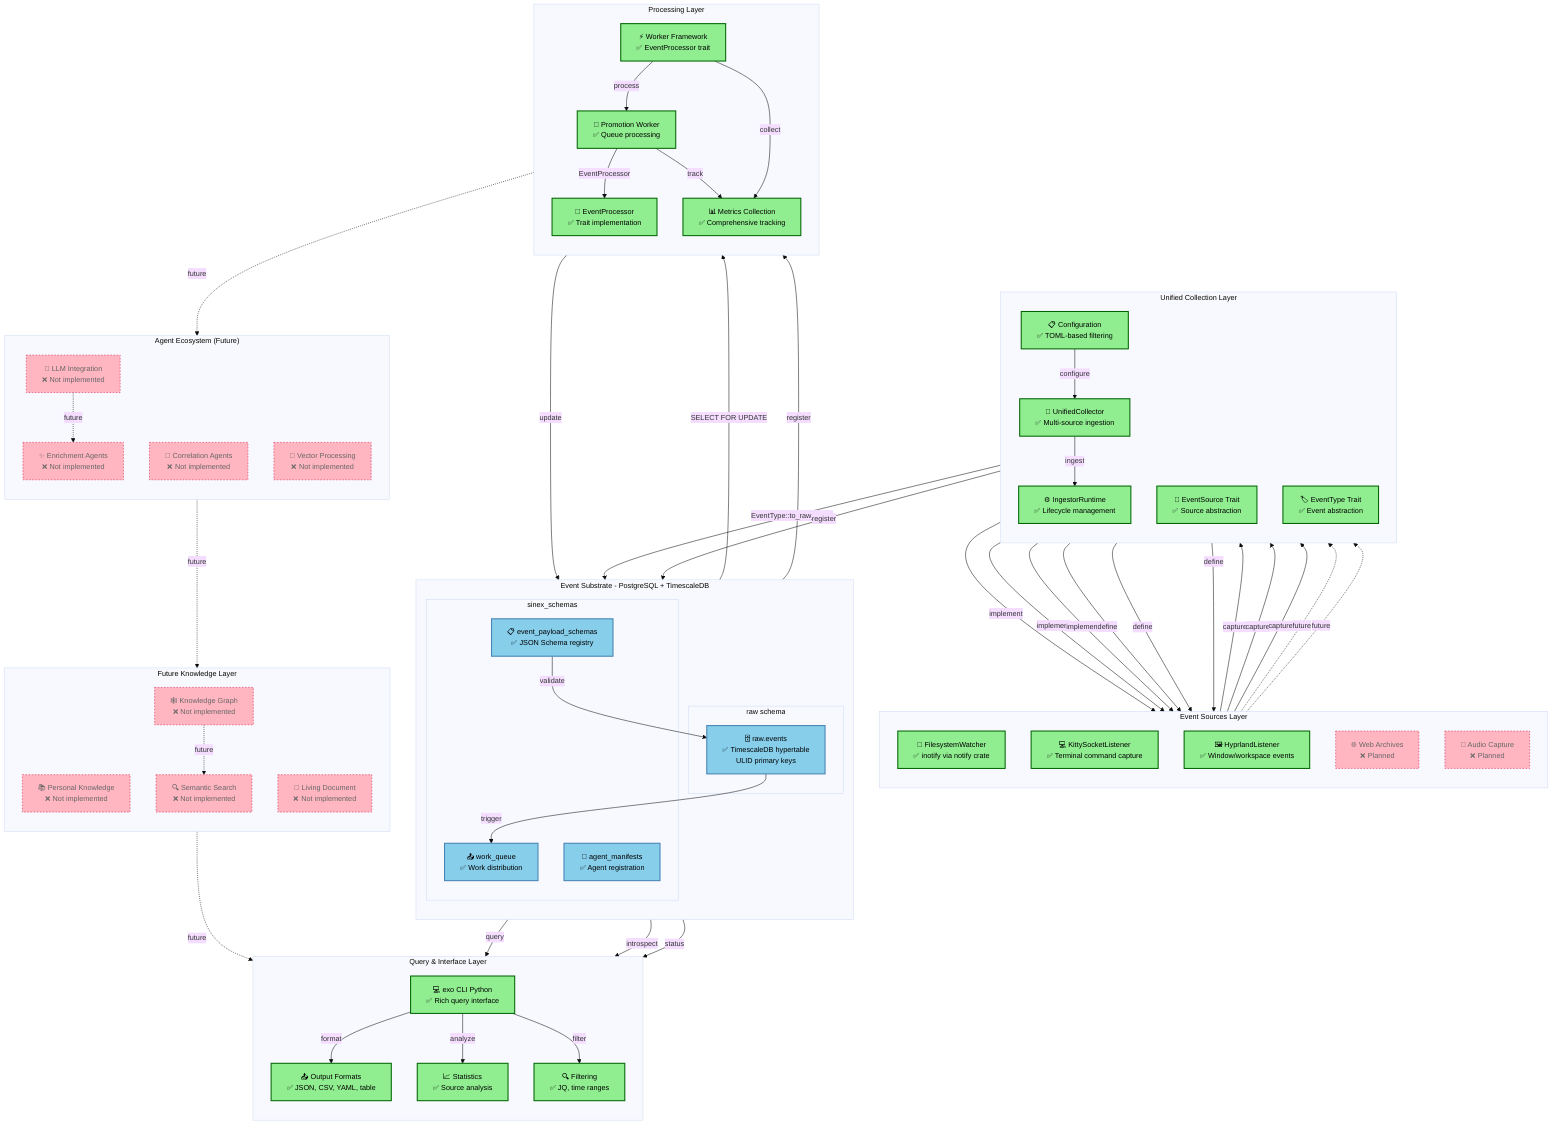
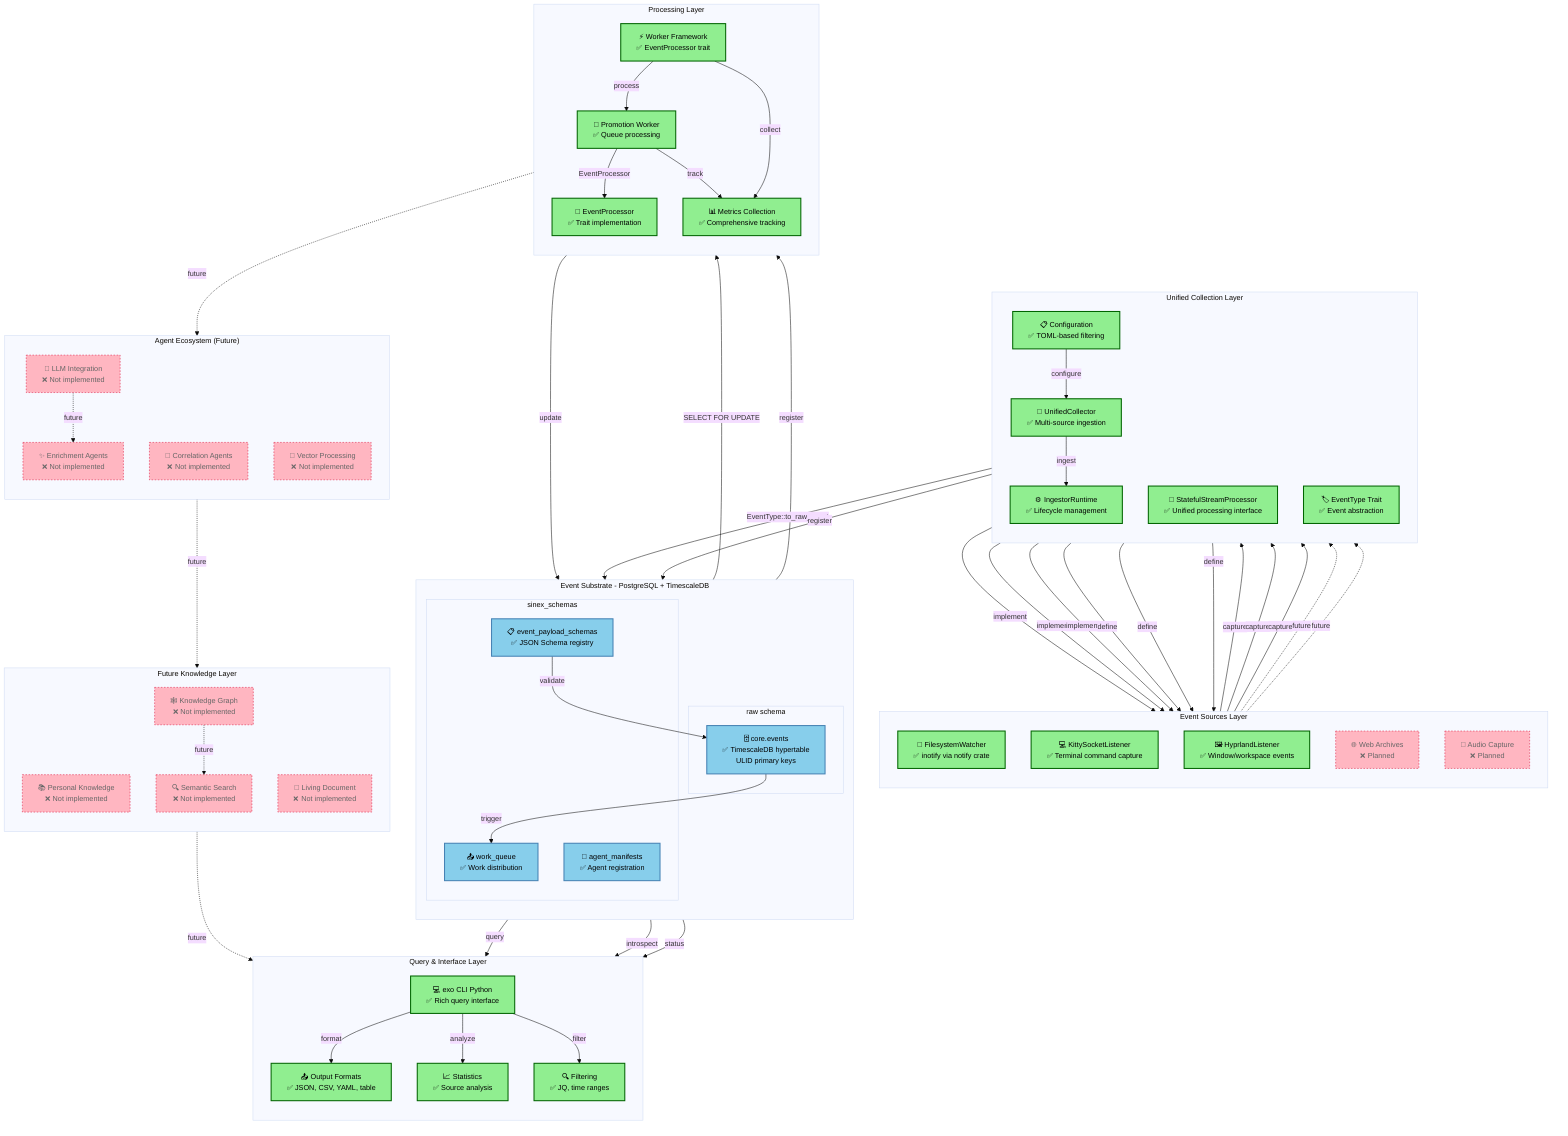
%%{init: {'theme':'base', 'themeVariables': { 'fontSize': '14px'}}}%%
graph TB
    subgraph "Event Sources Layer"
        direction TB
        FS[📁 FilesystemWatcher<br/>✅ inotify via notify crate]
        TERM[💻 KittySocketListener<br/>✅ Terminal command capture]
        WM[🖼️ HyprlandListener<br/>✅ Window/workspace events]
        WEB[🌐 Web Archives<br/>❌ Planned]
        AUDIO[🎵 Audio Capture<br/>❌ Planned]
    end

    subgraph "Unified Collection Layer"
        direction TB
        UC[🔄 UnifiedCollector<br/>✅ Multi-source ingestion]
        RT[⚙️ IngestorRuntime<br/>✅ Lifecycle management]
        CFG[📋 Configuration<br/>✅ TOML-based filtering]
-         ES[📡 EventSource Trait<br/>✅ Source abstraction]
+         ES[📡 StatefulStreamProcessor<br/>✅ Unified processing interface]
        ET[🏷️ EventType Trait<br/>✅ Event abstraction]
    end

    subgraph "Event Substrate - PostgreSQL + TimescaleDB"
        direction TB

        subgraph "raw schema"
-             RAW[🗄️ raw.events<br/>✅ TimescaleDB hypertable<br/>ULID primary keys]
+             RAW[🗄️ core.events<br/>✅ TimescaleDB hypertable<br/>ULID primary keys]
        end

        subgraph "sinex_schemas"
            SCHEMA[📋 event_payload_schemas<br/>✅ JSON Schema registry]
            MANIFEST[👥 agent_manifests<br/>✅ Agent registration]
            QUEUE[📤 work_queue<br/>✅ Work distribution]
        end
    end

    subgraph "Processing Layer"
        direction TB
        WORKER[⚡ Worker Framework<br/>✅ EventProcessor trait]
        PROMO[🔄 Promotion Worker<br/>✅ Queue processing]
        PROC[🎯 EventProcessor<br/>✅ Trait implementation]
        METRICS[📊 Metrics Collection<br/>✅ Comprehensive tracking]
    end

    subgraph "Agent Ecosystem (Future)"
        direction TB
        LLM[🤖 LLM Integration<br/>❌ Not implemented]
        ENRICH[✨ Enrichment Agents<br/>❌ Not implemented]
        CORR[🔗 Correlation Agents<br/>❌ Not implemented]
        VEC[🧠 Vector Processing<br/>❌ Not implemented]
    end

    subgraph "Query & Interface Layer"
        direction TB
        CLI[💻 exo CLI Python<br/>✅ Rich query interface]
        STATS[📈 Statistics<br/>✅ Source analysis]
        FILTER[🔍 Filtering<br/>✅ JQ, time ranges]
        OUTPUT[📤 Output Formats<br/>✅ JSON, CSV, YAML, table]
    end

    subgraph "Future Knowledge Layer"
        direction TB
        PKM[📚 Personal Knowledge<br/>❌ Not implemented]
        GRAPH[🕸️ Knowledge Graph<br/>❌ Not implemented]
        LIVING[📝 Living Document<br/>❌ Not implemented]
        SEARCH[🔍 Semantic Search<br/>❌ Not implemented]
    end

    %% Data Flow - Implemented (solid green)
    FS -->|capture| UC
    TERM -->|capture| UC
    WM -->|capture| UC
    UC -->|ingest| RT
    RT -->|EventType::to_raw_event| RAW
    RT -->|register| MANIFEST
    RAW -->|trigger| QUEUE
    QUEUE -->|SELECT FOR UPDATE| WORKER
    WORKER -->|process| PROMO
    PROMO -->|EventProcessor| PROC
    PROC -->|update| RAW

    %% Configuration flow
    CFG -->|configure| UC
    ES -->|implement| FS
    ES -->|implement| TERM
    ES -->|implement| WM
    ET -->|define| FS
    ET -->|define| TERM
    ET -->|define| WM

    %% Query flow
    RAW -->|query| CLI
    SCHEMA -->|introspect| CLI
    MANIFEST -->|status| CLI
    CLI -->|format| OUTPUT
    CLI -->|analyze| STATS
    CLI -->|filter| FILTER

    %% Metrics flow
    WORKER -->|collect| METRICS
    PROMO -->|track| METRICS

    %% Future flows (dashed red)
    WEB -.->|future| UC
    AUDIO -.->|future| UC
    PROC -.->|future| LLM
    LLM -.->|future| ENRICH
    ENRICH -.->|future| GRAPH
    GRAPH -.->|future| SEARCH
    SEARCH -.->|future| CLI

    %% Schema relationships
    SCHEMA -->|validate| RAW
    MANIFEST -->|register| WORKER

    %% Styling
    classDef implemented fill:#90EE90,stroke:#006400,stroke-width:2px,color:#000
    classDef partial fill:#FFD700,stroke:#FF8C00,stroke-width:2px,color:#000
    classDef notImpl fill:#FFB6C1,stroke:#DC143C,stroke-width:1px,stroke-dasharray:3 3,color:#666
    classDef database fill:#87CEEB,stroke:#4682B4,stroke-width:2px,color:#000

    %% Apply styles
    class FS,TERM,WM,UC,RT,CFG,ES,ET,WORKER,PROMO,PROC,METRICS,CLI,STATS,FILTER,OUTPUT implemented
    class RAW,SCHEMA,MANIFEST,QUEUE database
    class WEB,AUDIO,LLM,ENRICH,CORR,VEC,PKM,GRAPH,LIVING,SEARCH notImpl